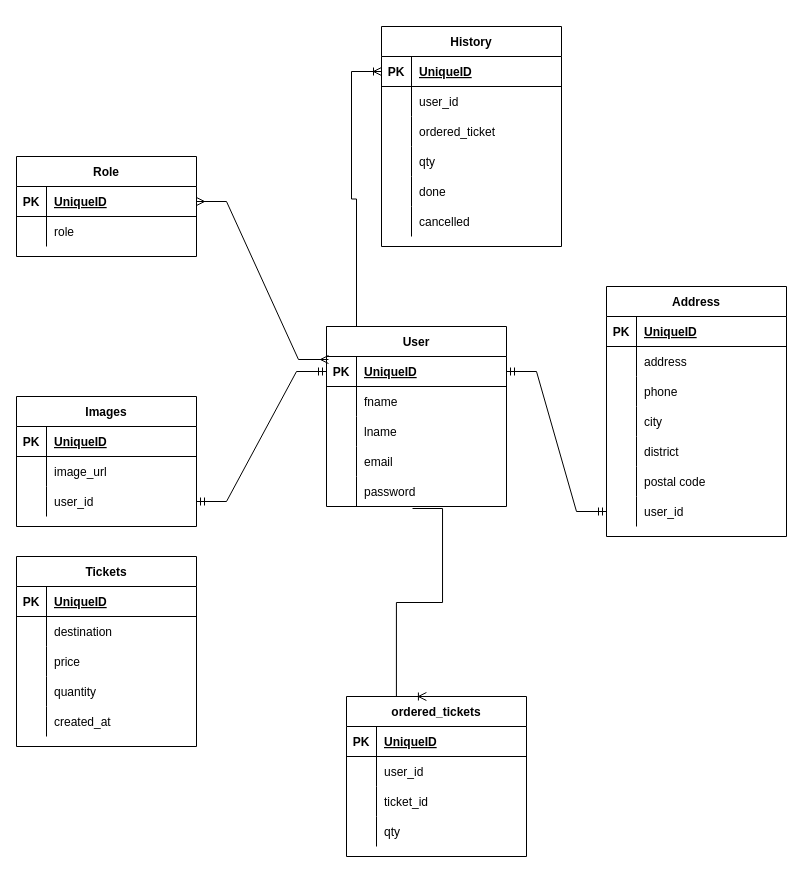
This is Untitled Diagram.drawio from Masud2017/air_reservation_web_version, a draw.io file, before an edit. Source tidied: cells renumbered, new cells numbered last; positions are measured from the earlier drawing's top-left corner, leaving out a move shared by most shapes. Both pictures are drawn from the tidied source at 100%, with x=0, y=0 at pixel (16, 26).
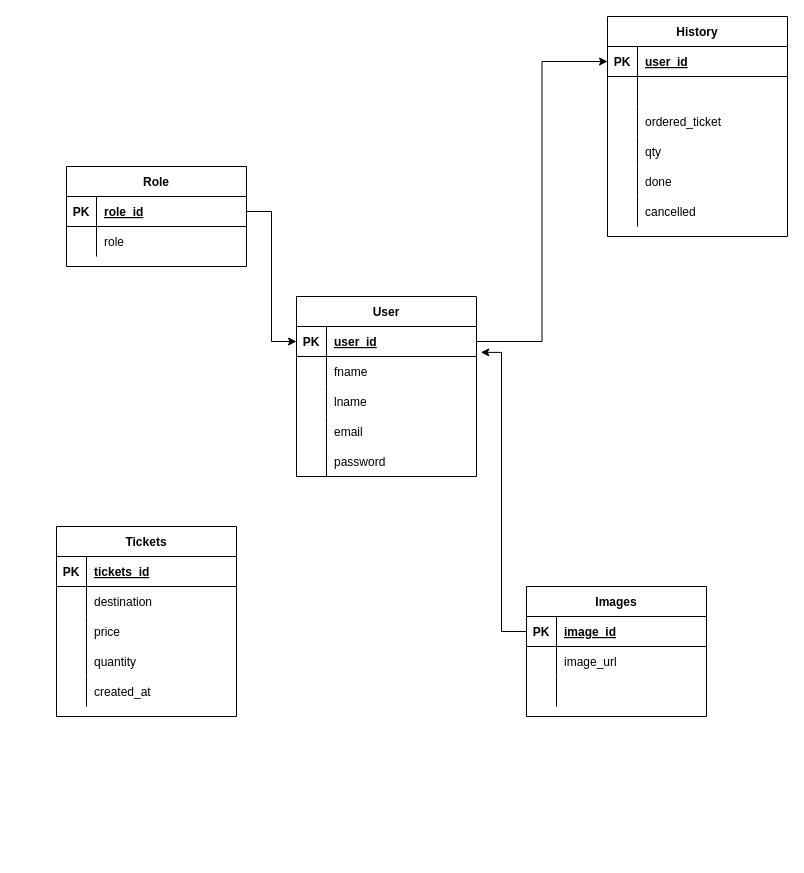
The same page after the edit.

Unchanged cells that the change refers to:
```xml
<mxCell id="3" style="shape=tableRow;horizontal=0;startSize=0;swimlaneHead=0;swimlaneBody=0;fillColor=none;points=[[0,0.5],[1,0.5]];portConstraint=eastwest;top=0;left=0;right=0;bottom=1;" parent="2" vertex="1">
  <mxGeometry y="30" width="180" height="30" as="geometry" />
</mxCell>
<mxCell id="6" style="shape=tableRow;horizontal=0;startSize=0;swimlaneHead=0;swimlaneBody=0;fillColor=none;points=[[0,0.5],[1,0.5]];portConstraint=eastwest;top=0;left=0;right=0;bottom=0;" parent="2" vertex="1">
  <mxGeometry y="60" width="180" height="30" as="geometry" />
</mxCell>
<mxCell id="15" style="shape=tableRow;horizontal=0;startSize=0;swimlaneHead=0;swimlaneBody=0;fillColor=none;points=[[0,0.5],[1,0.5]];portConstraint=eastwest;top=0;left=0;right=0;bottom=0;" parent="2" vertex="1">
  <mxGeometry y="150" width="180" height="30" as="geometry" />
</mxCell>
<mxCell id="42" style="shape=tableRow;horizontal=0;startSize=0;swimlaneHead=0;swimlaneBody=0;fillColor=none;points=[[0,0.5],[1,0.5]];portConstraint=eastwest;top=0;left=0;right=0;bottom=1;" parent="41" vertex="1">
  <mxGeometry y="30" width="180" height="30" as="geometry" />
</mxCell>
<mxCell id="48" style="shape=tableRow;horizontal=0;startSize=0;swimlaneHead=0;swimlaneBody=0;fillColor=none;points=[[0,0.5],[1,0.5]];portConstraint=eastwest;top=0;left=0;right=0;bottom=0;" parent="41" vertex="1">
  <mxGeometry y="90" width="180" height="30" as="geometry" />
</mxCell>
<mxCell id="53" style="shape=tableRow;horizontal=0;startSize=0;swimlaneHead=0;swimlaneBody=0;fillColor=none;points=[[0,0.5],[1,0.5]];portConstraint=eastwest;top=0;left=0;right=0;bottom=1;" parent="52" vertex="1">
  <mxGeometry y="30" width="180" height="30" as="geometry" />
</mxCell>
<mxCell id="61" style="shape=tableRow;horizontal=0;startSize=0;swimlaneHead=0;swimlaneBody=0;fillColor=none;points=[[0,0.5],[1,0.5]];portConstraint=eastwest;top=0;left=0;right=0;bottom=1;" parent="60" vertex="1">
  <mxGeometry y="30" width="180" height="30" as="geometry" />
</mxCell>
<mxCell id="64" style="shape=tableRow;horizontal=0;startSize=0;swimlaneHead=0;swimlaneBody=0;fillColor=none;top=0;left=0;right=0;bottom=0;" parent="60" vertex="1">
  <mxGeometry y="60" width="180" height="30" as="geometry" />
</mxCell>
<mxCell id="81" style="shape=tableRow;horizontal=0;startSize=0;swimlaneHead=0;swimlaneBody=0;fillColor=none;top=0;left=0;right=0;bottom=1;" parent="80" vertex="1">
  <mxGeometry y="30" width="180" height="30" as="geometry" />
</mxCell>
```

Change to the diagram source:
```diff
@@
     <mxCell id="2" value="User" style="shape=table;startSize=30;childLayout=tableLayout;rowLines=0;fontStyle=1;align=center;" parent="1" vertex="1">
-      <mxGeometry x="310" y="300" width="180" height="180" as="geometry" />
+      <mxGeometry x="280" y="270" width="180" height="180" as="geometry" />
     </mxCell>
@@
-    <mxCell id="5" value="UniqueID" style="shape=partialRectangle;fillColor=none;top=0;left=0;bottom=0;right=0;align=left;spacingLeft=6;fontStyle=5;overflow=hidden;" parent="3" vertex="1">
+    <mxCell id="5" value="user_id" style="shape=partialRectangle;fillColor=none;top=0;left=0;bottom=0;right=0;align=left;spacingLeft=6;fontStyle=5;overflow=hidden;" parent="3" vertex="1">
       <mxGeometry x="30" width="150" height="30" as="geometry" />
     </mxCell>
@@
-    <mxCell id="18" value="Address" style="shape=table;startSize=30;childLayout=tableLayout;rowLines=0;fontStyle=1;align=center;" parent="1" vertex="1">
-      <mxGeometry x="590" y="260" width="180" height="250" as="geometry" />
-    </mxCell>
-    <mxCell id="19" style="shape=tableRow;horizontal=0;startSize=0;swimlaneHead=0;swimlaneBody=0;fillColor=none;top=0;left=0;right=0;bottom=1;" parent="18" vertex="1">
-      <mxGeometry y="30" width="180" height="30" as="geometry" />
-    </mxCell>
-    <mxCell id="20" value="PK" style="shape=partialRectangle;fillColor=none;top=0;left=0;bottom=0;right=0;fontStyle=1;overflow=hidden;" parent="19" vertex="1">
-      <mxGeometry width="30" height="30" as="geometry" />
-    </mxCell>
-    <mxCell id="21" value="UniqueID" style="shape=partialRectangle;fillColor=none;top=0;left=0;bottom=0;right=0;align=left;spacingLeft=6;fontStyle=5;overflow=hidden;" parent="19" vertex="1">
-      <mxGeometry x="30" width="150" height="30" as="geometry" />
-    </mxCell>
-    <mxCell id="22" style="shape=tableRow;horizontal=0;startSize=0;swimlaneHead=0;swimlaneBody=0;fillColor=none;top=0;left=0;right=0;bottom=0;" parent="18" vertex="1">
-      <mxGeometry y="60" width="180" height="30" as="geometry" />
-    </mxCell>
-    <mxCell id="23" style="shape=partialRectangle;fillColor=none;top=0;left=0;bottom=0;right=0;overflow=hidden;" parent="22" vertex="1">
-      <mxGeometry width="30" height="30" as="geometry" />
-    </mxCell>
-    <mxCell id="24" value="address " style="shape=partialRectangle;fillColor=none;top=0;left=0;bottom=0;right=0;align=left;spacingLeft=6;overflow=hidden;" parent="22" vertex="1">
-      <mxGeometry x="30" width="150" height="30" as="geometry" />
-    </mxCell>
-    <mxCell id="25" style="shape=tableRow;horizontal=0;startSize=0;swimlaneHead=0;swimlaneBody=0;fillColor=none;top=0;left=0;right=0;bottom=0;" parent="18" vertex="1">
-      <mxGeometry y="90" width="180" height="30" as="geometry" />
-    </mxCell>
-    <mxCell id="26" style="shape=partialRectangle;fillColor=none;top=0;left=0;bottom=0;right=0;overflow=hidden;" parent="25" vertex="1">
-      <mxGeometry width="30" height="30" as="geometry" />
-    </mxCell>
-    <mxCell id="27" value="phone" style="shape=partialRectangle;fillColor=none;top=0;left=0;bottom=0;right=0;align=left;spacingLeft=6;overflow=hidden;" parent="25" vertex="1">
-      <mxGeometry x="30" width="150" height="30" as="geometry" />
-    </mxCell>
-    <mxCell id="28" style="shape=tableRow;horizontal=0;startSize=0;swimlaneHead=0;swimlaneBody=0;fillColor=none;top=0;left=0;right=0;bottom=0;" parent="18" vertex="1">
-      <mxGeometry y="120" width="180" height="30" as="geometry" />
-    </mxCell>
-    <mxCell id="29" style="shape=partialRectangle;fillColor=none;top=0;left=0;bottom=0;right=0;overflow=hidden;" parent="28" vertex="1">
-      <mxGeometry width="30" height="30" as="geometry" />
-    </mxCell>
-    <mxCell id="30" value="city" style="shape=partialRectangle;fillColor=none;top=0;left=0;bottom=0;right=0;align=left;spacingLeft=6;overflow=hidden;" parent="28" vertex="1">
-      <mxGeometry x="30" width="150" height="30" as="geometry" />
-    </mxCell>
-    <mxCell id="31" style="shape=tableRow;horizontal=0;startSize=0;swimlaneHead=0;swimlaneBody=0;fillColor=none;top=0;left=0;right=0;bottom=0;" parent="18" vertex="1">
-      <mxGeometry y="150" width="180" height="30" as="geometry" />
-    </mxCell>
-    <mxCell id="32" style="shape=partialRectangle;fillColor=none;top=0;left=0;bottom=0;right=0;overflow=hidden;" parent="31" vertex="1">
-      <mxGeometry width="30" height="30" as="geometry" />
-    </mxCell>
-    <mxCell id="33" value="district" style="shape=partialRectangle;fillColor=none;top=0;left=0;bottom=0;right=0;align=left;spacingLeft=6;overflow=hidden;" parent="31" vertex="1">
-      <mxGeometry x="30" width="150" height="30" as="geometry" />
-    </mxCell>
-    <mxCell id="34" style="shape=tableRow;horizontal=0;startSize=0;swimlaneHead=0;swimlaneBody=0;fillColor=none;top=0;left=0;right=0;bottom=0;" parent="18" vertex="1">
-      <mxGeometry y="180" width="180" height="30" as="geometry" />
-    </mxCell>
-    <mxCell id="35" style="shape=partialRectangle;fillColor=none;top=0;left=0;bottom=0;right=0;overflow=hidden;" parent="34" vertex="1">
-      <mxGeometry width="30" height="30" as="geometry" />
-    </mxCell>
-    <mxCell id="36" value="postal code" style="shape=partialRectangle;fillColor=none;top=0;left=0;bottom=0;right=0;align=left;spacingLeft=6;overflow=hidden;" parent="34" vertex="1">
-      <mxGeometry x="30" width="150" height="30" as="geometry" />
-    </mxCell>
-    <mxCell id="37" style="shape=tableRow;horizontal=0;startSize=0;swimlaneHead=0;swimlaneBody=0;fillColor=none;points=[[0,0.5],[1,0.5]];portConstraint=eastwest;top=0;left=0;right=0;bottom=0;" parent="18" vertex="1">
-      <mxGeometry y="210" width="180" height="30" as="geometry" />
-    </mxCell>
-    <mxCell id="38" style="shape=partialRectangle;fillColor=none;top=0;left=0;bottom=0;right=0;overflow=hidden;" parent="37" vertex="1">
-      <mxGeometry width="30" height="30" as="geometry" />
-    </mxCell>
-    <mxCell id="39" value="user_id " style="shape=partialRectangle;fillColor=none;top=0;left=0;bottom=0;right=0;align=left;spacingLeft=6;overflow=hidden;" parent="37" vertex="1">
-      <mxGeometry x="30" width="150" height="30" as="geometry" />
-    </mxCell>
-    <mxCell id="40" style="edgeStyle=entityRelationEdgeStyle;fontSize=12;html=1;endArrow=ERmandOne;startArrow=ERmandOne;rounded=0;entryX=0;entryY=0.5;entryDx=0;entryDy=0;exitX=1;exitY=0.5;exitDx=0;exitDy=0;" parent="1" edge="1" source="3" target="37">
-      <mxGeometry relative="1" as="geometry" />
-    </mxCell>
     <mxCell id="41" value="Images" style="shape=table;startSize=30;childLayout=tableLayout;rowLines=0;fontStyle=1;align=center;" parent="1" vertex="1">
-      <mxGeometry y="370" width="180" height="130" as="geometry" />
+      <mxGeometry x="510" y="560" width="180" height="130" as="geometry" />
     </mxCell>
@@
-    <mxCell id="44" value="UniqueID" style="shape=partialRectangle;fillColor=none;top=0;left=0;bottom=0;right=0;align=left;spacingLeft=6;fontStyle=5;overflow=hidden;" parent="42" vertex="1">
+    <mxCell id="44" value="image_id" style="shape=partialRectangle;fillColor=none;top=0;left=0;bottom=0;right=0;align=left;spacingLeft=6;fontStyle=5;overflow=hidden;" parent="42" vertex="1">
       <mxGeometry x="30" width="150" height="30" as="geometry" />
     </mxCell>
@@
-    <mxCell id="50" value="user_id" style="shape=partialRectangle;fillColor=none;top=0;left=0;bottom=0;right=0;align=left;spacingLeft=6;overflow=hidden;" parent="48" vertex="1">
+    <mxCell id="50" style="shape=partialRectangle;fillColor=none;top=0;left=0;bottom=0;right=0;align=left;spacingLeft=6;overflow=hidden;" parent="48" vertex="1">
       <mxGeometry x="30" width="150" height="30" as="geometry" />
     </mxCell>
-    <mxCell id="51" style="edgeStyle=entityRelationEdgeStyle;fontSize=12;html=1;endArrow=ERmandOne;startArrow=ERmandOne;rounded=0;entryX=0;entryY=0.5;entryDx=0;entryDy=0;exitX=1;exitY=0.5;exitDx=0;exitDy=0;" parent="1" edge="1" source="48" target="3">
-      <mxGeometry relative="1" as="geometry" />
-    </mxCell>
     <mxCell id="52" value="Role" style="shape=table;startSize=30;childLayout=tableLayout;rowLines=0;fontStyle=1;align=center;" parent="1" vertex="1">
-      <mxGeometry y="130" width="180" height="100" as="geometry" />
+      <mxGeometry x="50" y="140" width="180" height="100" as="geometry" />
     </mxCell>
@@
-    <mxCell id="55" value="UniqueID" style="shape=partialRectangle;fillColor=none;top=0;left=0;bottom=0;right=0;align=left;spacingLeft=6;fontStyle=5;overflow=hidden;" parent="53" vertex="1">
+    <mxCell id="55" value="role_id" style="shape=partialRectangle;fillColor=none;top=0;left=0;bottom=0;right=0;align=left;spacingLeft=6;fontStyle=5;overflow=hidden;" parent="53" vertex="1">
       <mxGeometry x="30" width="150" height="30" as="geometry" />
     </mxCell>
@@
-    <mxCell id="59" style="edgeStyle=entityRelationEdgeStyle;fontSize=12;html=1;endArrow=ERmany;startArrow=ERmany;rounded=0;exitX=1;exitY=0.5;exitDx=0;exitDy=0;entryX=0.011;entryY=0.1;entryDx=0;entryDy=0;entryPerimeter=0;" parent="1" edge="1" source="53" target="3">
-      <mxGeometry relative="1" as="geometry" />
-    </mxCell>
     <mxCell id="60" value="History" style="shape=table;startSize=30;childLayout=tableLayout;rowLines=0;fontStyle=1;align=center;" parent="1" vertex="1">
-      <mxGeometry x="365" width="180" height="220" as="geometry" />
+      <mxGeometry x="591" y="-10" width="180" height="220" as="geometry" />
     </mxCell>
@@
-    <mxCell id="63" value="UniqueID" style="shape=partialRectangle;fillColor=none;top=0;left=0;bottom=0;right=0;align=left;spacingLeft=6;fontStyle=5;overflow=hidden;" parent="61" vertex="1">
+    <mxCell id="63" value="user_id" style="shape=partialRectangle;fillColor=none;top=0;left=0;bottom=0;right=0;align=left;spacingLeft=6;fontStyle=5;overflow=hidden;" parent="61" vertex="1">
       <mxGeometry x="30" width="150" height="30" as="geometry" />
     </mxCell>
@@
-    <mxCell id="66" value="user_id  " style="shape=partialRectangle;fillColor=none;top=0;left=0;bottom=0;right=0;align=left;spacingLeft=6;overflow=hidden;" parent="64" vertex="1">
+    <mxCell id="66" style="shape=partialRectangle;fillColor=none;top=0;left=0;bottom=0;right=0;align=left;spacingLeft=6;overflow=hidden;" parent="64" vertex="1">
       <mxGeometry x="30" width="150" height="30" as="geometry" />
     </mxCell>
@@
-    <mxCell id="79" style="edgeStyle=entityRelationEdgeStyle;fontSize=12;html=1;endArrow=ERoneToMany;rounded=0;entryX=0;entryY=0.5;entryDx=0;entryDy=0;exitX=0;exitY=0;exitDx=0;exitDy=0;" parent="1" edge="1" source="2" target="61">
-      <mxGeometry relative="1" as="geometry" />
-    </mxCell>
     <mxCell id="80" value="Tickets" style="shape=table;startSize=30;childLayout=tableLayout;rowLines=0;fontStyle=1;align=center;" parent="1" vertex="1">
-      <mxGeometry y="530" width="180" height="190" as="geometry" />
+      <mxGeometry x="40" y="500" width="180" height="190" as="geometry" />
     </mxCell>
@@
-    <mxCell id="83" value="UniqueID" style="shape=partialRectangle;fillColor=none;top=0;left=0;bottom=0;right=0;align=left;spacingLeft=6;fontStyle=5;overflow=hidden;" parent="81" vertex="1">
+    <mxCell id="83" value="tickets_id" style="shape=partialRectangle;fillColor=none;top=0;left=0;bottom=0;right=0;align=left;spacingLeft=6;fontStyle=5;overflow=hidden;" parent="81" vertex="1">
       <mxGeometry x="30" width="150" height="30" as="geometry" />
     </mxCell>
@@
-    <mxCell id="96" value="ordered_tickets" style="shape=table;startSize=30;childLayout=tableLayout;rowLines=0;fontStyle=1;align=center;" parent="1" vertex="1">
-      <mxGeometry x="330" y="670" width="180" height="160" as="geometry" />
-    </mxCell>
-    <mxCell id="97" style="shape=tableRow;horizontal=0;startSize=0;swimlaneHead=0;swimlaneBody=0;fillColor=none;top=0;left=0;right=0;bottom=1;" parent="96" vertex="1">
-      <mxGeometry y="30" width="180" height="30" as="geometry" />
-    </mxCell>
-    <mxCell id="98" value="PK" style="shape=partialRectangle;fillColor=none;top=0;left=0;bottom=0;right=0;fontStyle=1;overflow=hidden;" parent="97" vertex="1">
-      <mxGeometry width="30" height="30" as="geometry" />
-    </mxCell>
-    <mxCell id="99" value="UniqueID" style="shape=partialRectangle;fillColor=none;top=0;left=0;bottom=0;right=0;align=left;spacingLeft=6;fontStyle=5;overflow=hidden;" parent="97" vertex="1">
-      <mxGeometry x="30" width="150" height="30" as="geometry" />
-    </mxCell>
-    <mxCell id="100" style="shape=tableRow;horizontal=0;startSize=0;swimlaneHead=0;swimlaneBody=0;fillColor=none;top=0;left=0;right=0;bottom=0;" parent="96" vertex="1">
-      <mxGeometry y="60" width="180" height="30" as="geometry" />
-    </mxCell>
-    <mxCell id="101" style="shape=partialRectangle;fillColor=none;top=0;left=0;bottom=0;right=0;overflow=hidden;" parent="100" vertex="1">
-      <mxGeometry width="30" height="30" as="geometry" />
-    </mxCell>
-    <mxCell id="102" value="user_id" style="shape=partialRectangle;fillColor=none;top=0;left=0;bottom=0;right=0;align=left;spacingLeft=6;overflow=hidden;" parent="100" vertex="1">
-      <mxGeometry x="30" width="150" height="30" as="geometry" />
-    </mxCell>
-    <mxCell id="103" style="shape=tableRow;horizontal=0;startSize=0;swimlaneHead=0;swimlaneBody=0;fillColor=none;top=0;left=0;right=0;bottom=0;" parent="96" vertex="1">
-      <mxGeometry y="90" width="180" height="30" as="geometry" />
-    </mxCell>
-    <mxCell id="104" style="shape=partialRectangle;fillColor=none;top=0;left=0;bottom=0;right=0;overflow=hidden;" parent="103" vertex="1">
-      <mxGeometry width="30" height="30" as="geometry" />
-    </mxCell>
-    <mxCell id="105" value="ticket_id" style="shape=partialRectangle;fillColor=none;top=0;left=0;bottom=0;right=0;align=left;spacingLeft=6;overflow=hidden;" parent="103" vertex="1">
-      <mxGeometry x="30" width="150" height="30" as="geometry" />
-    </mxCell>
-    <mxCell id="106" style="shape=tableRow;horizontal=0;startSize=0;swimlaneHead=0;swimlaneBody=0;fillColor=none;top=0;left=0;right=0;bottom=0;" parent="96" vertex="1">
-      <mxGeometry y="120" width="180" height="30" as="geometry" />
-    </mxCell>
-    <mxCell id="107" style="shape=partialRectangle;fillColor=none;top=0;left=0;bottom=0;right=0;overflow=hidden;" parent="106" vertex="1">
-      <mxGeometry width="30" height="30" as="geometry" />
-    </mxCell>
-    <mxCell id="108" value="qty" style="shape=partialRectangle;fillColor=none;top=0;left=0;bottom=0;right=0;align=left;spacingLeft=6;overflow=hidden;" parent="106" vertex="1">
-      <mxGeometry x="30" width="150" height="30" as="geometry" />
-    </mxCell>
-    <mxCell id="109" style="edgeStyle=entityRelationEdgeStyle;fontSize=12;html=1;endArrow=ERoneToMany;rounded=0;exitX=0.478;exitY=1.067;exitDx=0;exitDy=0;exitPerimeter=0;entryX=0.444;entryY=0;entryDx=0;entryDy=0;entryPerimeter=0;" parent="1" edge="1" source="15" target="96">
-      <mxGeometry relative="1" as="geometry" />
-    </mxCell>
+    <mxCell id="59" style="edgeStyle=orthogonalEdgeStyle;rounded=0;jettySize=auto;html=1;entryX=0;entryY=0.5;entryDx=0;entryDy=0;" parent="1" edge="1" source="53" target="3">
+      <mxGeometry relative="1" as="geometry" />
+    </mxCell>
+    <mxCell id="110" style="edgeStyle=orthogonalEdgeStyle;rounded=0;jettySize=auto;html=1;entryX=0;entryY=0.5;entryDx=0;entryDy=0;" parent="1" edge="1" source="3" target="61">
+      <mxGeometry relative="1" as="geometry" />
+    </mxCell>
+    <mxCell id="111" style="edgeStyle=orthogonalEdgeStyle;rounded=0;jettySize=auto;html=1;entryX=1.024;entryY=-0.138;entryDx=0;entryDy=0;entryPerimeter=0;" parent="1" edge="1" source="42" target="6">
+      <mxGeometry relative="1" as="geometry" />
+    </mxCell>
```
